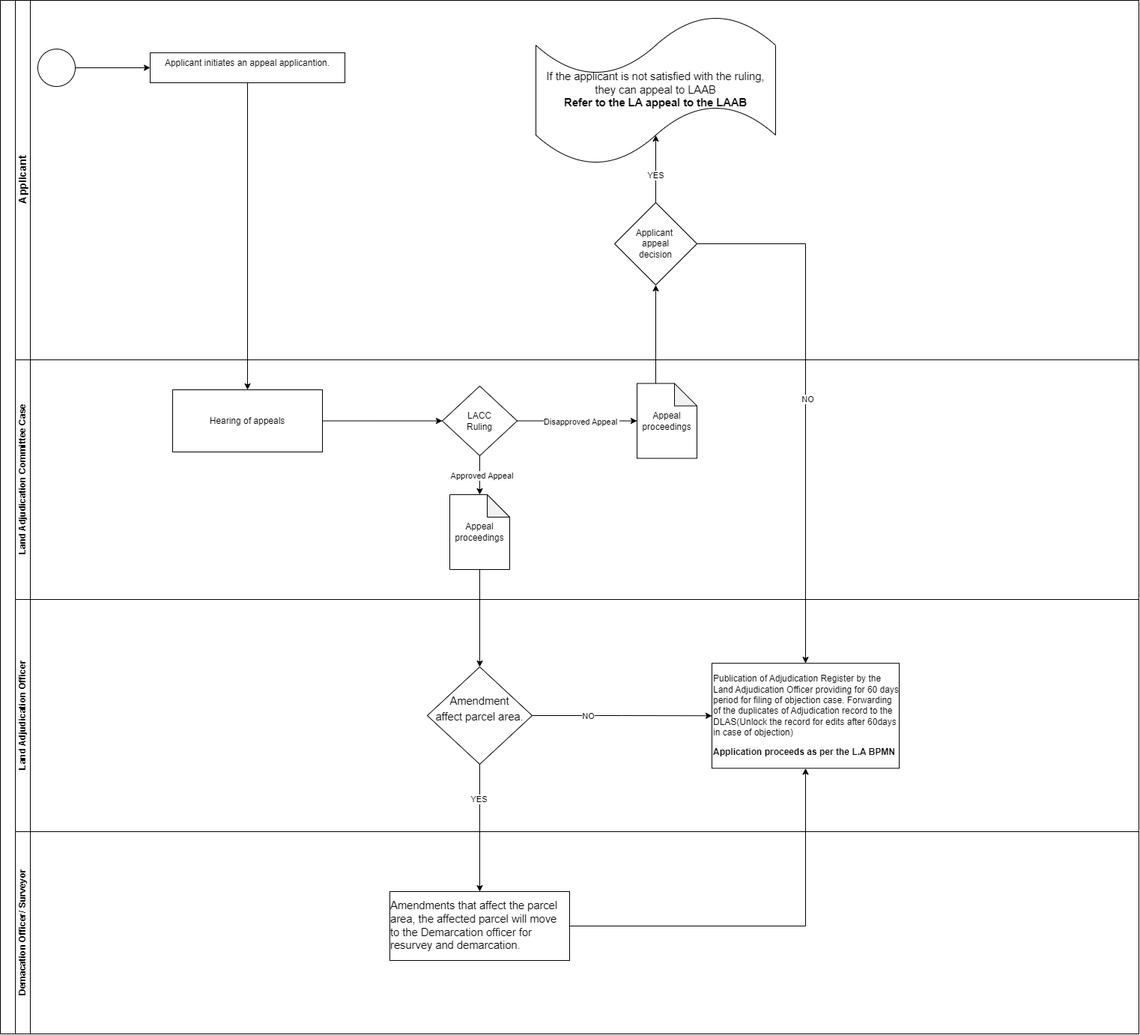
The draw.io diagram Land Adjudication Appeal to the LACC.drawio.png in geoprojectke/BPMN, before a commit. Source tidied: cells renumbered, new cells last; positions are measured from the earlier drawing's top-left corner, leaving out a move shared by most shapes.
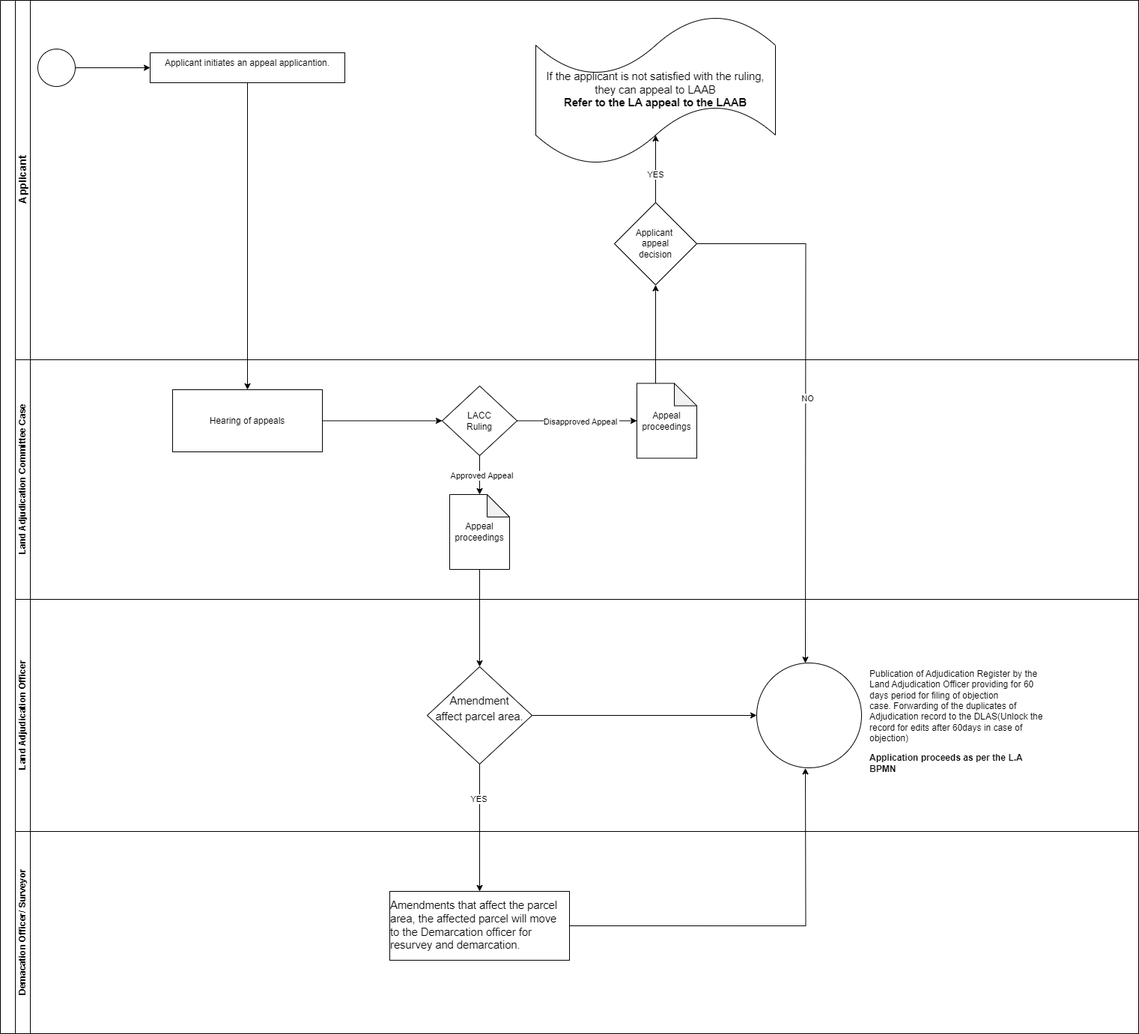
After the change.

Diff of the diagram source:
```diff
@@ -59,21 +59,24 @@
     <mxCell id="20" value="Approved Appeal" style="edgeLabel;html=1;align=center;verticalAlign=middle;" parent="19" vertex="1">
       <mxGeometry x="0.01" y="2" relative="1" as="geometry" />
     </mxCell>
-    <mxCell id="21" value="Land Adjudication Officer" style="swimlane;html=1;startSize=20;horizontal=0;" parent="2" vertex="1">
+    <mxCell id="21" value="Land Adjudication Officer" style="swimlane;html=1;startSize=20;horizontal=0;gradientColor=none;swimlaneFillColor=none;" parent="2" vertex="1">
       <mxGeometry x="20" y="800" width="1500" height="310" as="geometry" />
     </mxCell>
-    <mxCell id="22" style="edgeStyle=orthogonalEdgeStyle;rounded=0;jettySize=auto;html=1;exitX=1;exitY=0.5;exitDx=0;exitDy=0;entryX=0;entryY=0.5;entryDx=0;entryDy=0;" parent="21" edge="1" source="25" target="24">
-      <mxGeometry relative="1" as="geometry" />
-    </mxCell>
-    <mxCell id="23" value="NO" style="edgeLabel;html=1;align=center;verticalAlign=middle;" parent="22" vertex="1">
-      <mxGeometry x="-0.38" relative="1" as="geometry" />
-    </mxCell>
-    <mxCell id="24" value="&lt;p class=&quot;MsoNormal&quot;&gt;&lt;span lang=&quot;EN-GB&quot;&gt;Publication of Adjudication Register by the Land Adjudication Officer providing for 60 days period for filing of objection case. Forwarding of the duplicates of Adjudication record to the DLAS(Unlock the record for edits after 60days in case of objection)&lt;/span&gt;&lt;/p&gt;&lt;p class=&quot;MsoNormal&quot;&gt;&lt;span lang=&quot;EN-GB&quot;&gt;&lt;b&gt;Application proceeds as per the L.A BPMN&lt;/b&gt;&lt;/span&gt;&lt;/p&gt;" style="rounded=0;whiteSpace=wrap;html=1;align=left;" parent="21" vertex="1">
-      <mxGeometry x="930" y="85.1" width="250" height="140.2" as="geometry" />
-    </mxCell>
+    <mxCell id="38" style="edgeStyle=orthogonalEdgeStyle;rounded=0;jettySize=auto;html=1;exitX=1;exitY=0.5;exitDx=0;exitDy=0;entryX=0;entryY=0.5;entryDx=0;entryDy=0;" parent="21" edge="1" source="25" target="39">
+      <mxGeometry relative="1" as="geometry" />
+    </mxCell>
     <mxCell id="25" value="&lt;p style=&quot;line-height: 1.38; margin-top: 0pt; margin-bottom: 0pt;&quot; dir=&quot;ltr&quot;&gt;&lt;span style=&quot;font-size: 11pt; font-family: Arial, sans-serif; background-color: transparent; font-variant-numeric: normal; font-variant-east-asian: normal; font-variant-alternates: normal; font-variant-position: normal; vertical-align: baseline; white-space-collapse: preserve;&quot;&gt;Amendment&lt;/span&gt;&lt;/p&gt;&lt;p style=&quot;line-height: 1.38; margin-top: 0pt; margin-bottom: 0pt;&quot; dir=&quot;ltr&quot;&gt;&lt;span style=&quot;font-size: 11pt; font-family: Arial, sans-serif; background-color: transparent; font-variant-numeric: normal; font-variant-east-asian: normal; font-variant-alternates: normal; font-variant-position: normal; vertical-align: baseline; white-space-collapse: preserve;&quot;&gt;affect parcel area.&lt;/span&gt;&lt;/p&gt;&lt;div&gt;&lt;span style=&quot;font-size: 11pt; font-family: Arial, sans-serif; background-color: transparent; font-variant-numeric: normal; font-variant-east-asian: normal; font-variant-alternates: normal; font-variant-position: normal; vertical-align: baseline; white-space-collapse: preserve;&quot;&gt;&lt;br&gt;&lt;/span&gt;&lt;/div&gt;" style="rhombus;whiteSpace=wrap;html=1;" parent="21" vertex="1">
       <mxGeometry x="550" y="90" width="140" height="130" as="geometry" />
     </mxCell>
+    <mxCell id="39" style="ellipse;whiteSpace=wrap;html=1;" parent="21" vertex="1">
+      <mxGeometry x="990" y="85" width="140" height="140" as="geometry" />
+    </mxCell>
+    <mxCell id="40" value="&lt;p style=&quot;text-wrap: wrap;&quot; class=&quot;MsoNormal&quot;&gt;&lt;br&gt;&lt;/p&gt;" style="text;html=1;align=left;verticalAlign=middle;strokeColor=none;fillColor=none;" parent="21" vertex="1">
+      <mxGeometry x="990" y="130" width="20" height="50" as="geometry" />
+    </mxCell>
+    <mxCell id="41" value="&lt;p style=&quot;text-align: left;&quot; class=&quot;MsoNormal&quot;&gt;&lt;span lang=&quot;EN-GB&quot;&gt;Publication of Adjudication Register by the Land Adjudication Officer&amp;nbsp;&lt;/span&gt;&lt;span style=&quot;background-color: initial;&quot;&gt;providing for 60 days period for filing of objection case.&amp;nbsp;&lt;/span&gt;&lt;span style=&quot;background-color: initial;&quot;&gt;Forwarding of the duplicates of Adjudication record to the DLAS&lt;/span&gt;&lt;span style=&quot;background-color: initial;&quot;&gt;(Unlock the record for edits after 60days in case of objection)&lt;/span&gt;&lt;/p&gt;&lt;p style=&quot;text-align: left;&quot; class=&quot;MsoNormal&quot;&gt;&lt;b style=&quot;background-color: initial;&quot;&gt;Application proceeds as per the L.A BPMN&lt;/b&gt;&lt;/p&gt;" style="whiteSpace=wrap;html=1;gradientColor=none;strokeColor=none;" parent="21" vertex="1">
+      <mxGeometry x="1140" y="90" width="240" height="145" as="geometry" />
+    </mxCell>
     <mxCell id="26" value="Demacation Officer/ Surveyor" style="swimlane;html=1;startSize=20;horizontal=0;" parent="2" vertex="1">
       <mxGeometry x="20" y="1110" width="1500" height="270" as="geometry" />
     </mxCell>
@@ -100,14 +103,18 @@
     <mxCell id="33" value="YES" style="edgeLabel;html=1;align=center;verticalAlign=middle;" parent="32" vertex="1">
       <mxGeometry x="-0.45" y="-2" relative="1" as="geometry" />
     </mxCell>
-    <mxCell id="34" style="edgeStyle=orthogonalEdgeStyle;rounded=0;jettySize=auto;html=1;exitX=1;exitY=0.5;exitDx=0;exitDy=0;entryX=0.5;entryY=1;entryDx=0;entryDy=0;" parent="2" edge="1" source="29" target="24">
-      <mxGeometry relative="1" as="geometry" />
+    <mxCell id="34" style="edgeStyle=orthogonalEdgeStyle;rounded=0;jettySize=auto;html=1;exitX=1;exitY=0.5;exitDx=0;exitDy=0;entryX=0.5;entryY=1;entryDx=0;entryDy=0;" parent="2" edge="1" source="29">
+      <mxGeometry relative="1" as="geometry">
+        <mxPoint x="1075" y="1025.4" as="targetPoint" />
+      </mxGeometry>
     </mxCell>
     <mxCell id="35" style="edgeStyle=orthogonalEdgeStyle;rounded=0;jettySize=auto;html=1;exitX=0;exitY=0;exitDx=25;exitDy=0;exitPerimeter=0;entryX=0.5;entryY=1;entryDx=0;entryDy=0;" parent="2" edge="1" source="15" target="8">
       <mxGeometry relative="1" as="geometry" />
     </mxCell>
-    <mxCell id="36" style="edgeStyle=orthogonalEdgeStyle;rounded=0;jettySize=auto;html=1;exitX=1;exitY=0.5;exitDx=0;exitDy=0;entryX=0.5;entryY=0;entryDx=0;entryDy=0;" parent="2" edge="1" source="8" target="24">
-      <mxGeometry relative="1" as="geometry" />
+    <mxCell id="36" style="edgeStyle=orthogonalEdgeStyle;rounded=0;jettySize=auto;html=1;exitX=1;exitY=0.5;exitDx=0;exitDy=0;entryX=0.5;entryY=0;entryDx=0;entryDy=0;" parent="2" edge="1" source="8">
+      <mxGeometry relative="1" as="geometry">
+        <mxPoint x="1075" y="885.1" as="targetPoint" />
+      </mxGeometry>
     </mxCell>
     <mxCell id="37" value="NO" style="edgeLabel;html=1;align=center;verticalAlign=middle;" parent="36" vertex="1">
       <mxGeometry y="2" relative="1" as="geometry" />
```
